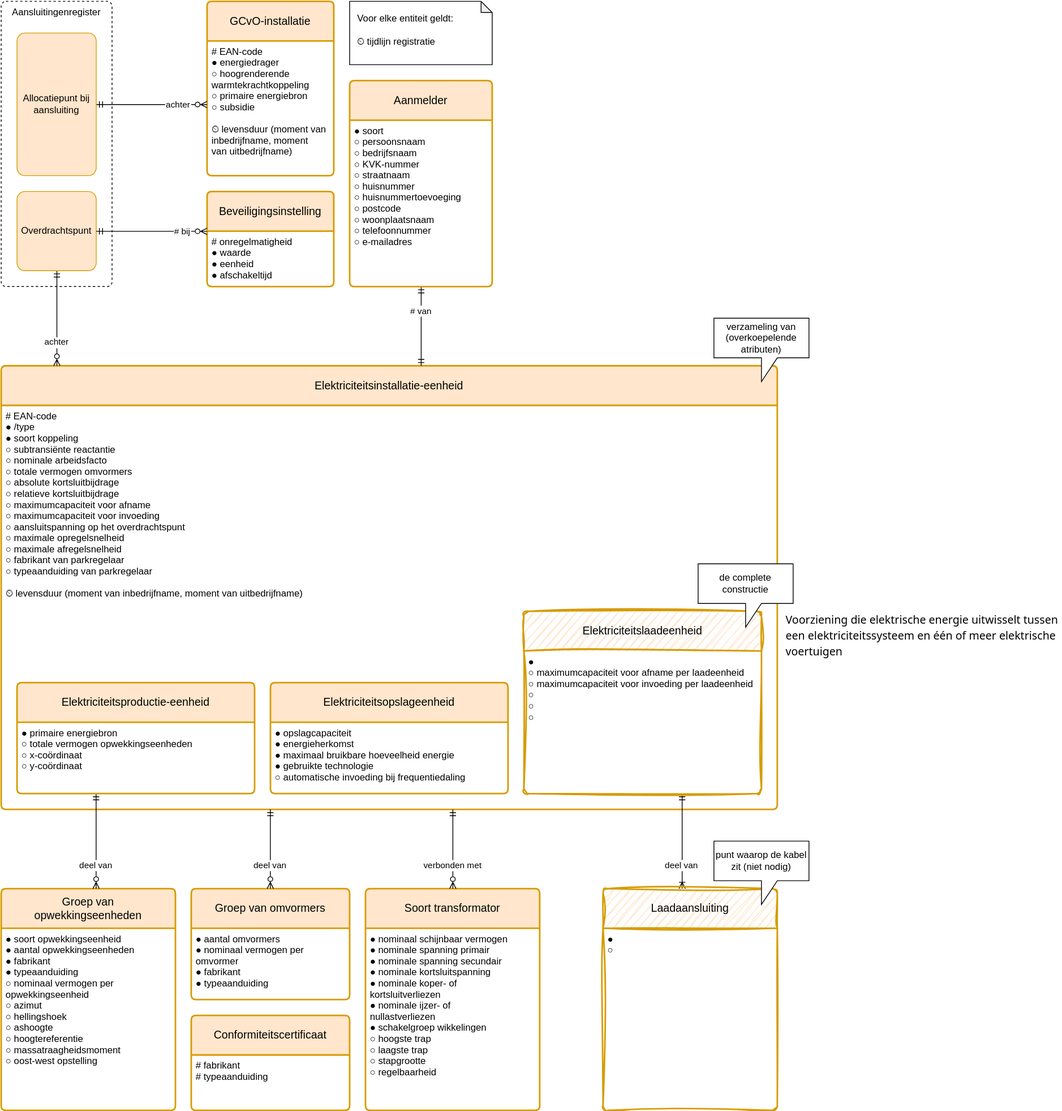
The draw.io diagram registers/installatieregister/1.1/installatieregister.drawio.svg in Netbeheer-Nederland/stelsel, before a commit. Source tidied: cells renumbered, new cells last; positions are measured from the earlier drawing's top-left corner, leaving out a move shared by most shapes.
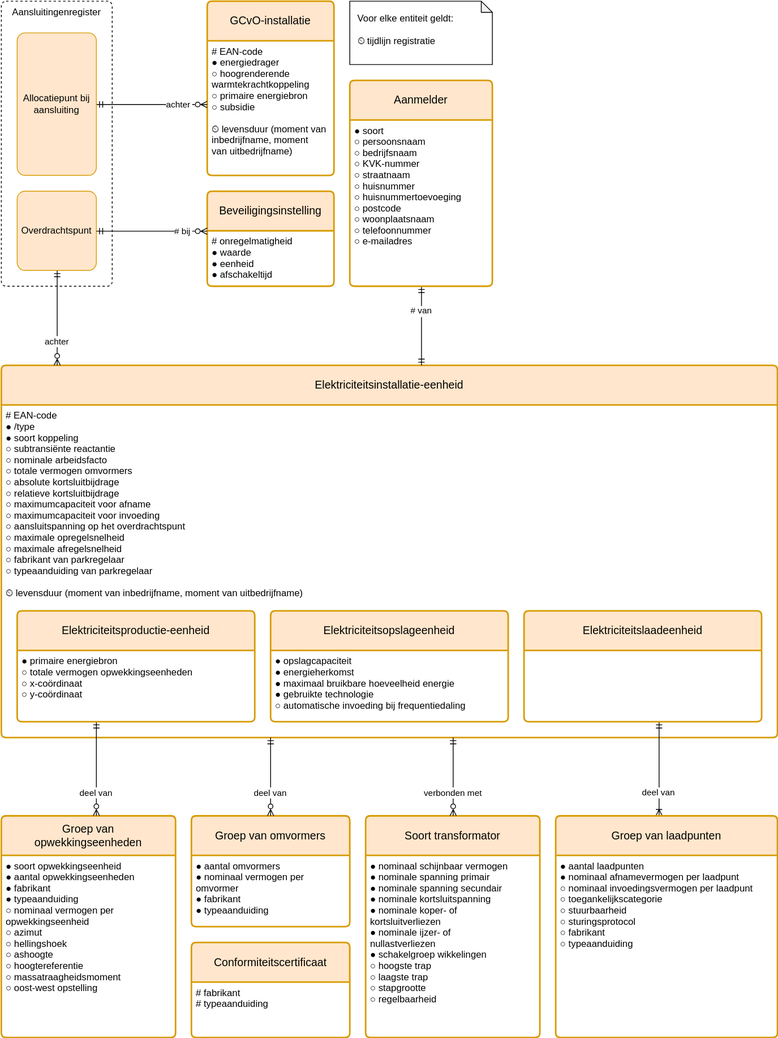
Later version of the same file.

Commit message:
Enhance Elektriciteitslaadeenheid definition with additional comments and references

- Updated the comment for Elektriciteitslaadeenheid to include a note for further checking.
- Added a 'see_also' section with a link to a relevant document for definitions and explanations related to electric vehicle charging.

What changed in the source:
```diff
@@ -15,19 +15,19 @@
       <mxGeometry x="-0.73" relative="1" as="geometry" />
     </mxCell>
     <mxCell id="6" value="Elektriciteitsinstallatie-eenheid" style="swimlane;horizontal=1;startSize=50;rounded=1;fontSize=14;fontStyle=0;strokeWidth=2;shadow=0;dashed=0;align=center;fillColor=#ffe6cc;strokeColor=#d79b00;arcSize=4;whiteSpace=wrap;spacing=10;" parent="1" vertex="1">
-      <mxGeometry y="460" width="980" height="560" as="geometry" />
+      <mxGeometry y="460" width="980" height="470" as="geometry" />
     </mxCell>
     <mxCell id="7" value="# EAN-code&#10;● /type&#10;● soort koppeling&#10;○ subtransiënte reactantie&#10;○ nominale arbeidsfacto&#10;○ totale vermogen omvormers&#10;○ absolute kortsluitbijdrage&#10;○ relatieve kortsluitbijdrage&#10;○ maximumcapaciteit voor afname&#10;○ maximumcapaciteit voor invoeding&#10;○ aansluitspanning op het overdrachtspunt&#10;○ maximale opregelsnelheid&#10;○ maximale afregelsnelheid&#10;○ fabrikant van parkregelaar&#10;○ typeaanduiding van parkregelaar&#10;&#10;⏲ levensduur (moment van inbedrijfname, moment van uitbedrijfname)" style="align=left;strokeColor=none;fillColor=none;spacingLeft=4;fontSize=12;verticalAlign=top;fontColor=default;" parent="6" vertex="1">
-      <mxGeometry y="50" width="980" height="510" as="geometry" />
+      <mxGeometry y="50" width="980" height="420" as="geometry" />
     </mxCell>
     <mxCell id="8" value="Groep van opwekkingseenheden" style="swimlane;horizontal=1;startSize=50;rounded=1;fontSize=14;fontStyle=0;strokeWidth=2;shadow=0;dashed=0;align=center;fillColor=#ffe6cc;strokeColor=#d79b00;arcSize=4;whiteSpace=wrap;spacing=10;" parent="1" vertex="1">
-      <mxGeometry y="1120" width="220" height="280" as="geometry" />
+      <mxGeometry y="1028.9" width="220" height="280" as="geometry" />
     </mxCell>
     <mxCell id="9" value="● soort opwekkingseenheid &#10;● aantal opwekkingseenheden&#10;● fabrikant&#10;● typeaanduiding&#10;○ nominaal vermogen per&#10;   opwekkingseenheid&#10;○ azimut&#10;○ hellingshoek&#10;○ ashoogte&#10;○ hoogtereferentie&#10;○ massatraagheidsmoment&#10;○ oost-west opstelling&#10;" style="align=left;strokeColor=none;fillColor=none;spacingLeft=4;fontSize=12;verticalAlign=top;" parent="8" vertex="1">
       <mxGeometry y="50" width="220" height="230" as="geometry" />
     </mxCell>
     <mxCell id="10" value="Soort transformator" style="swimlane;horizontal=1;startSize=50;rounded=1;fontSize=14;fontStyle=0;strokeWidth=2;shadow=0;dashed=0;align=center;fillColor=#ffe6cc;strokeColor=#d79b00;arcSize=4;whiteSpace=wrap;spacing=10;" parent="1" vertex="1">
-      <mxGeometry x="460" y="1120" width="220" height="280" as="geometry" />
+      <mxGeometry x="460" y="1028.9" width="220" height="280" as="geometry" />
     </mxCell>
     <mxCell id="11" value="● nominaal schijnbaar vermogen&#10;● nominale spanning primair&#10;● nominale spanning secundair&#10;● nominale kortsluitspanning&#10;● nominale koper- of&#10;   kortsluitverliezen&#10;● nominale ijzer- of&#10;   nullastverliezen&#10;● schakelgroep wikkelingen&#10;○ hoogste trap&#10;○ laagste trap&#10;○ stapgrootte&#10;○ regelbaarheid" style="align=left;strokeColor=none;fillColor=none;spacingLeft=4;fontSize=12;verticalAlign=top;" parent="10" vertex="1">
       <mxGeometry y="50" width="220" height="230" as="geometry" />
@@ -36,13 +36,13 @@
       <mxGeometry x="0.5" relative="1" as="geometry" />
     </mxCell>
     <mxCell id="13" value="Elektriciteitsproductie-eenheid" style="swimlane;horizontal=1;startSize=50;rounded=1;fontSize=14;fontStyle=0;strokeWidth=2;shadow=0;dashed=0;align=center;fillColor=#ffe6cc;strokeColor=#d79b00;arcSize=4;whiteSpace=wrap;spacing=10;" parent="1" vertex="1">
-      <mxGeometry x="20" y="860" width="300" height="140" as="geometry" />
+      <mxGeometry x="20" y="770" width="300" height="140" as="geometry" />
     </mxCell>
     <mxCell id="14" value="● primaire energiebron&#10;○ totale vermogen opwekkingseenheden&#10;○ x-coördinaat&#10;○ y-coördinaat" style="align=left;strokeColor=none;fillColor=none;spacingLeft=4;fontSize=12;verticalAlign=top;" parent="13" vertex="1">
       <mxGeometry y="50" width="300" height="90" as="geometry" />
     </mxCell>
     <mxCell id="15" value="Elektriciteitsopslageenheid" style="swimlane;horizontal=1;startSize=50;rounded=1;fontSize=14;fontStyle=0;strokeWidth=2;shadow=0;dashed=0;align=center;fillColor=#ffe6cc;strokeColor=#d79b00;arcSize=4;whiteSpace=wrap;spacing=10;" parent="1" vertex="1">
-      <mxGeometry x="340" y="860" width="300" height="140" as="geometry" />
+      <mxGeometry x="340" y="770" width="300" height="140" as="geometry" />
     </mxCell>
     <mxCell id="16" value="● opslagcapaciteit&#10;● energieherkomst&#10;● maximaal bruikbare hoeveelheid energie&#10;● gebruikte technologie&#10;○ automatische invoeding bij frequentiedaling" style="align=left;strokeColor=none;fillColor=none;spacingLeft=4;fontSize=12;verticalAlign=top;fontStyle=0;" parent="15" vertex="1">
       <mxGeometry y="50" width="300" height="90" as="geometry" />
@@ -57,7 +57,7 @@
       <mxGeometry x="20" y="240" width="100" height="100" as="geometry" />
     </mxCell>
     <mxCell id="20" value="Conformiteitscertificaat" style="swimlane;horizontal=1;startSize=50;rounded=1;fontSize=14;fontStyle=0;strokeWidth=2;shadow=0;dashed=0;align=center;fillColor=#ffe6cc;strokeColor=#d79b00;arcSize=4;whiteSpace=wrap;spacing=10;" parent="1" vertex="1">
-      <mxGeometry x="240" y="1280" width="200" height="120" as="geometry" />
+      <mxGeometry x="240" y="1188.9" width="200" height="120" as="geometry" />
     </mxCell>
     <mxCell id="21" value="# fabrikant&#10;# typeaanduiding" style="align=left;strokeColor=none;fillColor=none;spacingLeft=4;fontSize=12;verticalAlign=top;" parent="20" vertex="1">
       <mxGeometry y="50" width="200" height="70" as="geometry" />
@@ -75,7 +75,7 @@
       <mxGeometry x="0.73" relative="1" as="geometry" />
     </mxCell>
     <mxCell id="26" value="Groep van omvormers" style="swimlane;horizontal=1;startSize=50;rounded=1;fontSize=14;fontStyle=0;strokeWidth=2;shadow=0;dashed=0;align=center;fillColor=#ffe6cc;strokeColor=#d79b00;arcSize=4;whiteSpace=wrap;spacing=10;" parent="1" vertex="1">
-      <mxGeometry x="240" y="1120" width="200" height="140" as="geometry" />
+      <mxGeometry x="240" y="1028.9" width="200" height="140" as="geometry" />
     </mxCell>
     <mxCell id="27" value="● aantal omvormers&#10;● nominaal vermogen per&#10;   omvormer&#10;● fabrikant&#10;● typeaanduiding" style="align=left;strokeColor=none;fillColor=none;spacingLeft=4;fontSize=12;verticalAlign=top;" parent="26" vertex="1">
       <mxGeometry y="50" width="200" height="90" as="geometry" />
@@ -106,32 +106,20 @@
         <mxPoint y="20" as="offset" />
       </mxGeometry>
     </mxCell>
-    <mxCell id="36" value="Laadaansluiting" style="swimlane;horizontal=1;startSize=50;rounded=1;fontSize=14;fontStyle=0;strokeWidth=2;shadow=0;dashed=0;align=center;fillColor=#ffe6cc;strokeColor=#d79b00;arcSize=4;whiteSpace=wrap;spacing=10;sketch=1;curveFitting=1;jiggle=2;" parent="1" vertex="1">
-      <mxGeometry x="760" y="1120" width="220" height="280" as="geometry" />
+    <mxCell id="36" value="Groep van laadpunten" style="swimlane;horizontal=1;startSize=50;rounded=1;fontSize=14;fontStyle=0;strokeWidth=2;shadow=0;dashed=0;align=center;fillColor=#ffe6cc;strokeColor=#d79b00;arcSize=4;whiteSpace=wrap;spacing=10;" parent="1" vertex="1">
+      <mxGeometry x="700" y="1028.9" width="280" height="280" as="geometry" />
     </mxCell>
-    <mxCell id="37" value="● &#10;○ " style="align=left;strokeColor=none;fillColor=none;spacingLeft=4;fontSize=12;verticalAlign=top;" parent="36" vertex="1">
-      <mxGeometry y="50" width="220" height="230" as="geometry" />
+    <mxCell id="37" value="● aantal laadpunten&#10;● nominaal afnamevermogen per laadpunt&#10;○ nominaal invoedingsvermogen per laadpunt&#10;○ toegankelijkscategorie&#10;○ stuurbaarheid&#10;○ sturingsprotocol&#10;○ fabrikant&#10;○ typeaanduiding" style="align=left;strokeColor=none;fillColor=none;spacingLeft=4;fontSize=12;verticalAlign=top;" parent="36" vertex="1">
+      <mxGeometry y="50" width="280" height="230" as="geometry" />
     </mxCell>
-    <mxCell id="38" value="Elektriciteitslaadeenheid" style="swimlane;horizontal=1;startSize=50;rounded=1;fontSize=14;fontStyle=0;strokeWidth=2;shadow=0;dashed=0;align=center;fillColor=#ffe6cc;strokeColor=#d79b00;arcSize=4;whiteSpace=wrap;spacing=10;sketch=1;curveFitting=1;jiggle=2;" parent="1" vertex="1">
-      <mxGeometry x="660" y="770" width="300" height="230" as="geometry" />
+    <mxCell id="38" value="Elektriciteitslaadeenheid" style="swimlane;horizontal=1;startSize=50;rounded=1;fontSize=14;fontStyle=0;strokeWidth=2;shadow=0;dashed=0;align=center;fillColor=#ffe6cc;strokeColor=#d79b00;arcSize=4;whiteSpace=wrap;spacing=10;" parent="1" vertex="1">
+      <mxGeometry x="660" y="770" width="300" height="140" as="geometry" />
     </mxCell>
-    <mxCell id="39" value="● &#10;○ maximumcapaciteit voor afname per laadeenheid&#10;○ maximumcapaciteit voor invoeding per laadeenheid&#10;○ &#10;○ &#10;○ " style="align=left;strokeColor=none;fillColor=none;spacingLeft=4;fontSize=12;verticalAlign=top;fontStyle=0;" parent="38" vertex="1">
-      <mxGeometry y="50" width="300" height="180" as="geometry" />
+    <mxCell id="39" value=" " style="align=left;strokeColor=none;fillColor=none;spacingLeft=4;fontSize=12;verticalAlign=top;fontStyle=0;" parent="38" vertex="1">
+      <mxGeometry y="50" width="300" height="90" as="geometry" />
     </mxCell>
     <mxCell id="40" style="edgeStyle=none;entryX=0;entryY=0;entryDx=0;entryDy=0;" parent="38" edge="1" source="38" target="39">
       <mxGeometry relative="1" as="geometry" />
     </mxCell>
-    <mxCell id="41" value="verzameling van (overkoepelende atributen)" style="shape=callout;whiteSpace=wrap;html=1;perimeter=calloutPerimeter;" parent="1" vertex="1">
-      <mxGeometry x="900" y="400" width="120" height="80" as="geometry" />
-    </mxCell>
-    <mxCell id="42" value="de complete constructie" style="shape=callout;whiteSpace=wrap;html=1;perimeter=calloutPerimeter;" parent="1" vertex="1">
-      <mxGeometry x="880" y="710" width="120" height="80" as="geometry" />
-    </mxCell>
-    <mxCell id="43" value="punt waarop de kabel zit (niet nodig)" style="shape=callout;whiteSpace=wrap;html=1;perimeter=calloutPerimeter;" parent="1" vertex="1">
-      <mxGeometry x="900" y="1060" width="120" height="80" as="geometry" />
-    </mxCell>
-    <mxCell id="44" value="&lt;div style=&quot;color: rgb(0, 0, 0); text-align: start; font-family: &amp;quot;Segoe UI&amp;quot;; font-size: 14px; line-height: 20px;&quot;&gt;&lt;div style=&quot;color: rgb(0, 0, 0); line-height: 20px;&quot;&gt;Voorziening die elektrische energie uitwisselt tussen een elektriciteitssysteem en één of meer elektrische voertuigen&lt;/div&gt;&lt;/div&gt;" style="text;html=1;align=center;verticalAlign=middle;whiteSpace=wrap;rounded=0;" parent="1" vertex="1">
-      <mxGeometry x="990" y="770" width="350" height="60" as="geometry" />
-    </mxCell>
   </root>
 </mxGraphModel>
```
